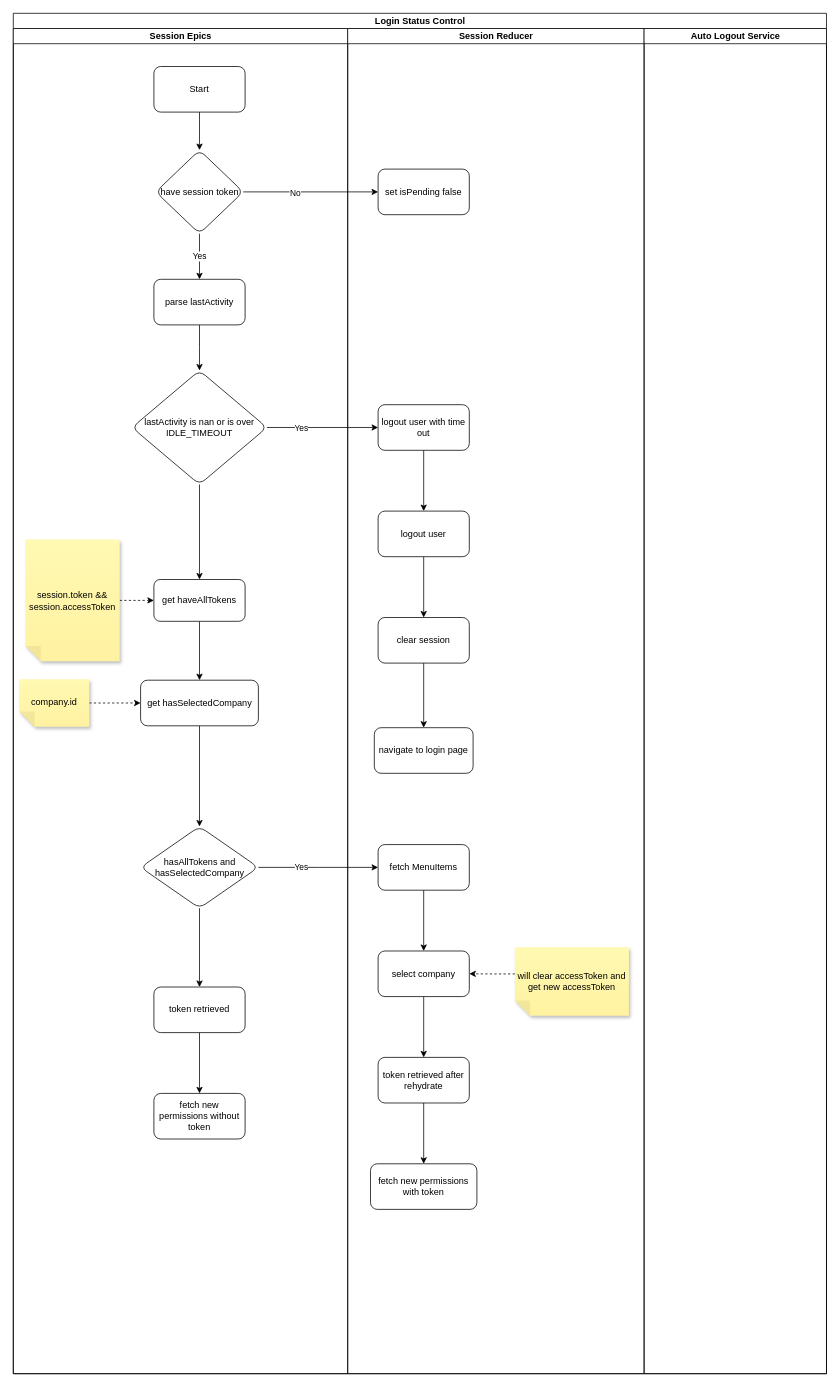
This is Portal Login Status Control.drawio from SmileSB1O1/draw-active, a draw.io file, before an edit. Source tidied: cells renumbered, new cells numbered last; positions are measured from the earlier drawing's top-left corner, leaving out a move shared by most shapes. Both pictures are drawn from the tidied source at 76%, with x=0, y=0 at pixel (13, 13).
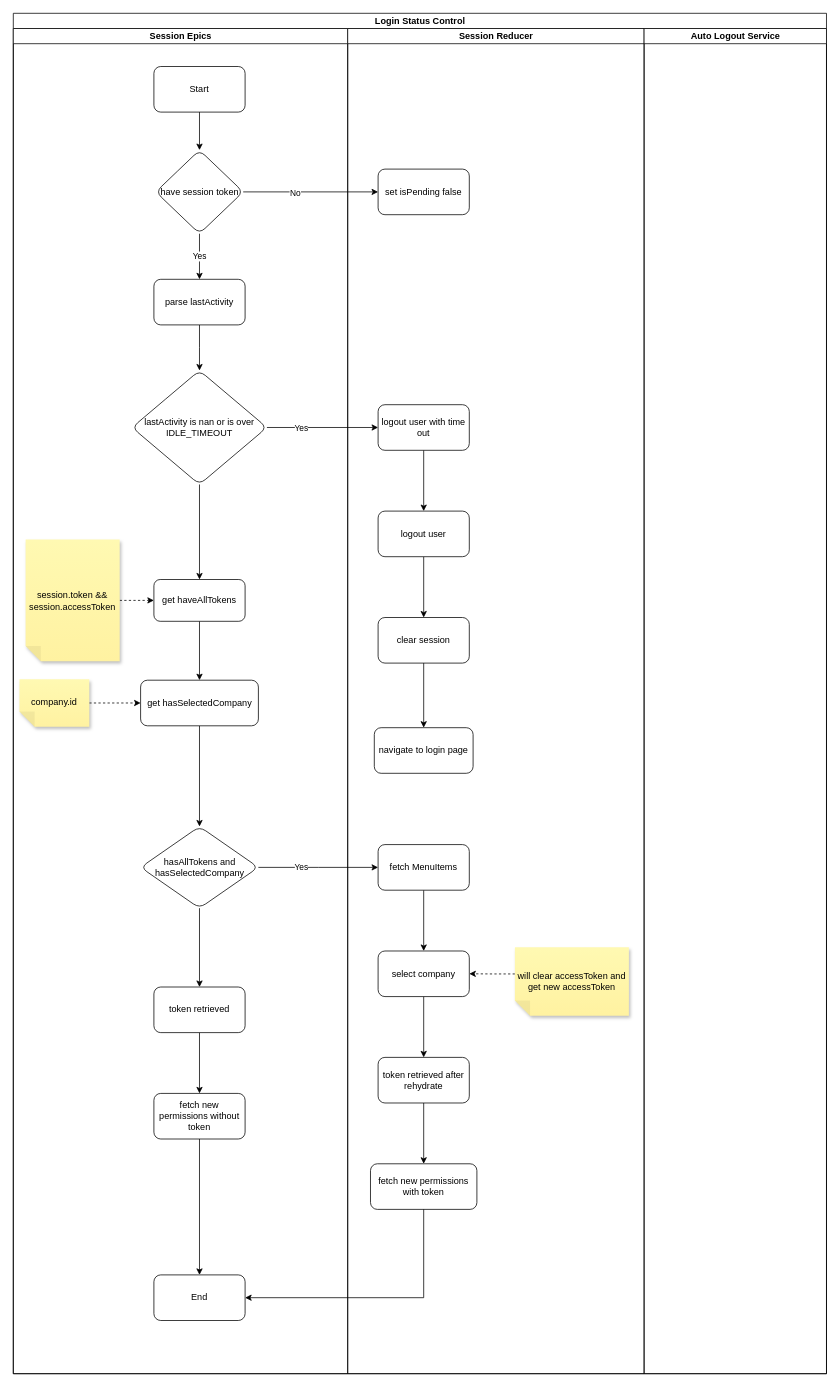
The same diagram, later.

The change refers to these unchanged cells:
```xml
<mxCell id="2" value="Login Status Control" style="swimlane;startSize=20;html=1;" parent="1" vertex="1">
  <mxGeometry width="1070" height="1790" as="geometry" />
</mxCell>
<mxCell id="3" value="Session Epics" style="swimlane;startSize=20;html=1;" parent="2" vertex="1">
  <mxGeometry y="20" width="440" height="1770" as="geometry" />
</mxCell>
<mxCell id="24" value="fetch new permissions without token" style="whiteSpace=wrap;html=1;rounded=1;" parent="3" vertex="1">
  <mxGeometry x="185" y="1401.2" width="120" height="60" as="geometry" />
</mxCell>
<mxCell id="42" value="fetch new permissions with token" style="whiteSpace=wrap;html=1;rounded=1;" parent="25" vertex="1">
  <mxGeometry x="30" y="1493.8" width="140" height="60" as="geometry" />
</mxCell>
```

The edit, as a diff of the source:
```diff
@@
+    <mxCell id="50" style="edgeStyle=orthogonalEdgeStyle;rounded=0;jettySize=auto;html=1;" parent="3" edge="1" source="24" target="51">
+      <mxGeometry relative="1" as="geometry" />
+    </mxCell>
@@
+    <mxCell id="51" value="End" style="whiteSpace=wrap;html=1;rounded=1;" parent="3" vertex="1">
+      <mxGeometry x="185" y="1640" width="120" height="60" as="geometry" />
+    </mxCell>
@@
+    <mxCell id="52" style="edgeStyle=orthogonalEdgeStyle;rounded=0;jettySize=auto;html=1;exitX=0.5;exitY=1;exitDx=0;exitDy=0;entryX=1;entryY=0.5;entryDx=0;entryDy=0;" parent="2" edge="1" source="42" target="51">
+      <mxGeometry relative="1" as="geometry" />
+    </mxCell>
```
